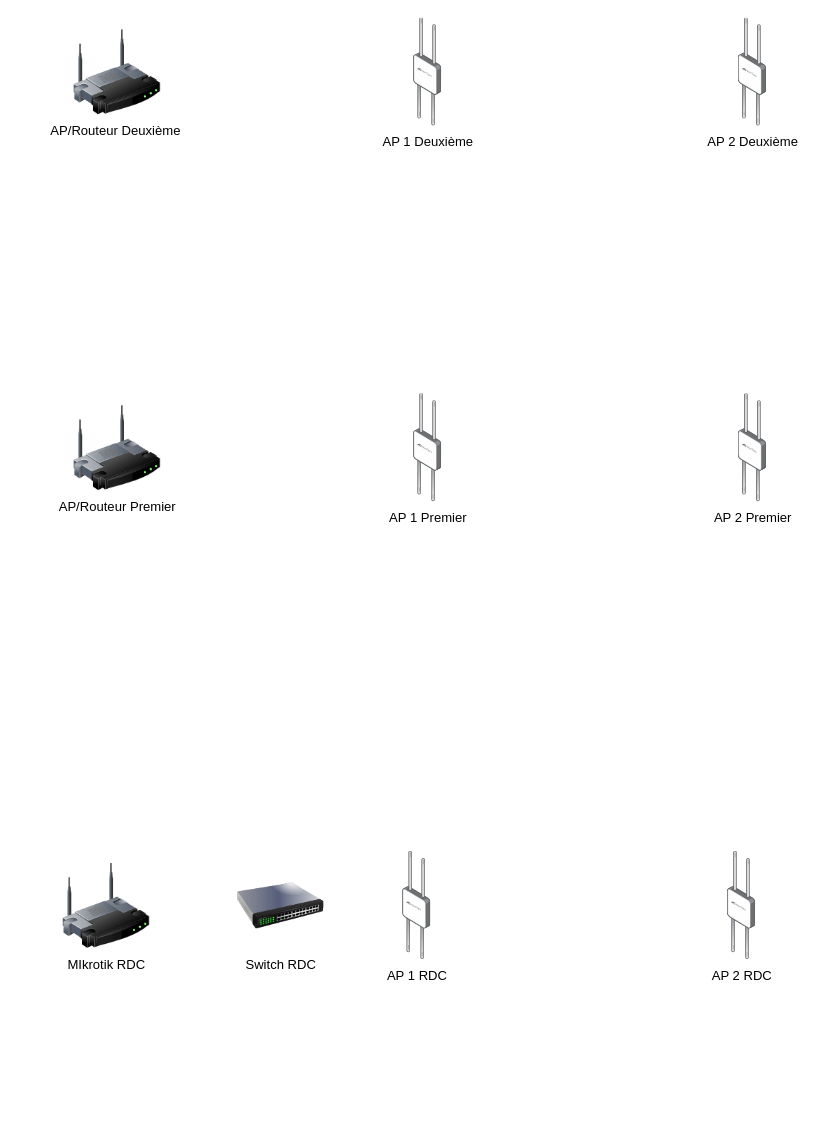
The draw.io diagram Kairos.drawio in AzazelSloth/infra, before the edit. Source tidied: cells renumbered, new cells numbered last; positions are measured from the earlier drawing's top-left corner, leaving out a move shared by most shapes. Both pictures are drawn from the tidied source at 109%, with x=0, y=0 at pixel (62, 17).
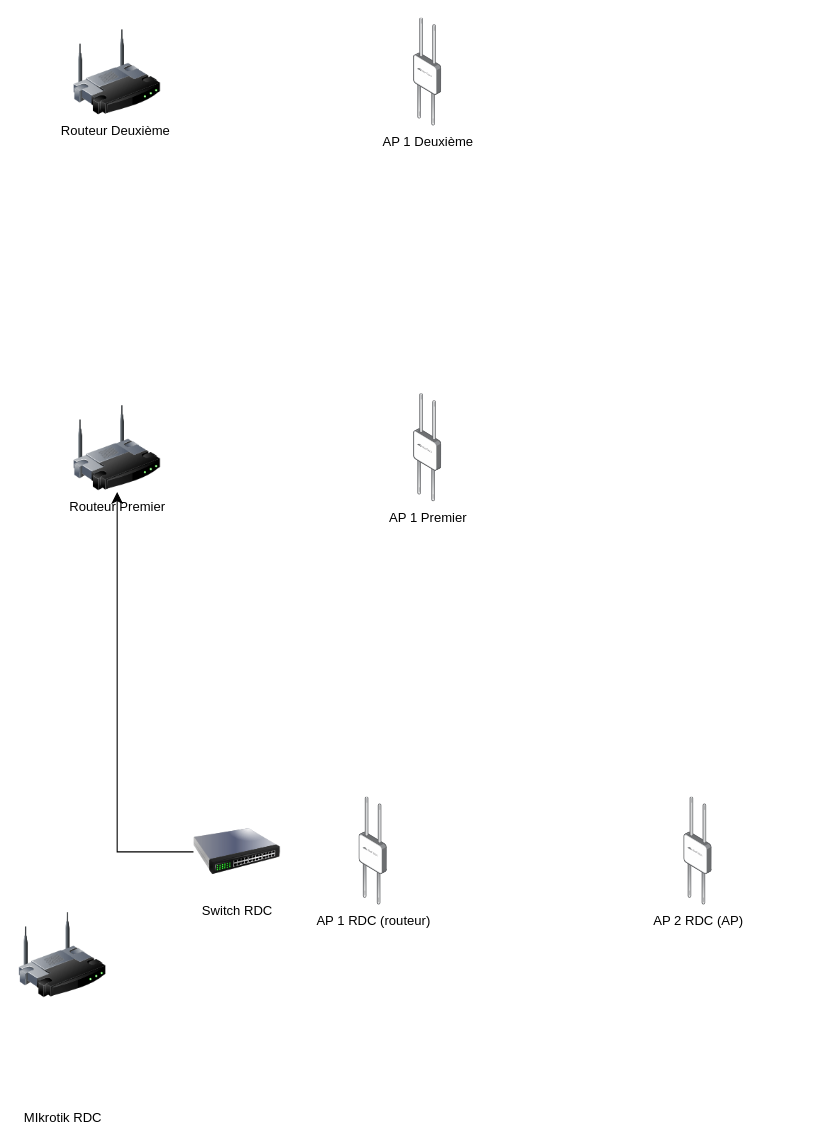
The same page after the edit.

What changed in the source:
```diff
@@
 <mxGraphModel>
   <root>
     <mxCell id="0" />
     <mxCell id="1" parent="0" />
     <mxCell id="2" style="group;" parent="1" vertex="1">
       <mxGeometry x="10" y="345" width="635.8" height="99.6" as="geometry" />
     </mxCell>
-    <mxCell id="3" value="AP/Routeur Premier" style="image;html=1;image=img/lib/clip_art/networking/Wireless_Router_128x128.png;" parent="2" vertex="1">
+    <mxCell id="3" value="Routeur Premier" style="image;html=1;image=img/lib/clip_art/networking/Wireless_Router_128x128.png;" parent="2" vertex="1">
       <mxGeometry y="9.8" width="80" height="80" as="geometry" />
     </mxCell>
     <mxCell id="4" value="AP 1 Premier" style="image;html=1;align=center;shadow=0;dashed=0;image=img/lib/allied_telesis/wireless/Access_Point_Outdoor.svg;" parent="2" vertex="1">
       <mxGeometry x="312" width="25.8" height="99.6" as="geometry" />
     </mxCell>
-    <mxCell id="5" value="AP 2 Premier" style="image;html=1;align=center;shadow=0;dashed=0;image=img/lib/allied_telesis/wireless/Access_Point_Outdoor.svg;" parent="2" vertex="1">
-      <mxGeometry x="610" width="25.8" height="99.6" as="geometry" />
-    </mxCell>
     <mxCell id="6" style="group;" parent="1" vertex="1">
       <mxGeometry x="10" y="0.2" width="635.8" height="99.6" as="geometry" />
     </mxCell>
-    <mxCell id="7" value="AP/Routeur Deuxième&amp;nbsp;" style="image;html=1;image=img/lib/clip_art/networking/Wireless_Router_128x128.png;" parent="6" vertex="1">
+    <mxCell id="7" value="Routeur Deuxième&amp;nbsp;" style="image;html=1;image=img/lib/clip_art/networking/Wireless_Router_128x128.png;" parent="6" vertex="1">
       <mxGeometry y="9.8" width="80" height="80" as="geometry" />
     </mxCell>
     <mxCell id="8" value="AP 1 Deuxième" style="image;html=1;align=center;shadow=0;dashed=0;image=img/lib/allied_telesis/wireless/Access_Point_Outdoor.svg;" parent="6" vertex="1">
       <mxGeometry x="312" width="25.8" height="99.6" as="geometry" />
     </mxCell>
-    <mxCell id="9" value="&lt;span style=&quot;caret-color: rgba(0, 0, 0, 0);&quot;&gt;AP 2 Deuxième&lt;/span&gt;" style="image;html=1;align=center;shadow=0;dashed=0;image=img/lib/allied_telesis/wireless/Access_Point_Outdoor.svg;" parent="6" vertex="1">
-      <mxGeometry x="610" width="25.8" height="99.6" as="geometry" />
-    </mxCell>
     <mxCell id="10" style="group;" parent="1" vertex="1">
-      <mxGeometry y="765" width="635.8" height="99.6" as="geometry" />
+      <mxGeometry x="-40" y="715" width="635.8" height="280" as="geometry" />
     </mxCell>
     <mxCell id="11" value="MIkrotik RDC" style="image;html=1;image=img/lib/clip_art/networking/Wireless_Router_128x128.png;" parent="10" vertex="1">
-      <mxGeometry y="9.8" width="80" height="80" as="geometry" />
+      <mxGeometry y="9.8" width="80" height="270.2" as="geometry" />
     </mxCell>
-    <mxCell id="12" value="AP 1 RDC" style="image;html=1;align=center;shadow=0;dashed=0;image=img/lib/allied_telesis/wireless/Access_Point_Outdoor.svg;" parent="10" vertex="1">
+    <mxCell id="12" value="AP 1 RDC (routeur)" style="image;html=1;align=center;shadow=0;dashed=0;image=img/lib/allied_telesis/wireless/Access_Point_Outdoor.svg;" parent="10" vertex="1">
       <mxGeometry x="312" width="25.8" height="99.6" as="geometry" />
     </mxCell>
-    <mxCell id="13" value="AP 2 RDC" style="image;html=1;align=center;shadow=0;dashed=0;image=img/lib/allied_telesis/wireless/Access_Point_Outdoor.svg;" parent="10" vertex="1">
+    <mxCell id="13" value="AP 2 RDC (AP)" style="image;html=1;align=center;shadow=0;dashed=0;image=img/lib/allied_telesis/wireless/Access_Point_Outdoor.svg;" parent="10" vertex="1">
       <mxGeometry x="610" width="25.8" height="99.6" as="geometry" />
     </mxCell>
     <mxCell id="14" value="Switch RDC" style="image;html=1;image=img/lib/clip_art/networking/Switch_128x128.png;" parent="10" vertex="1">
       <mxGeometry x="160" y="10" width="80" height="80" as="geometry" />
     </mxCell>
+    <mxCell id="15" style="edgeStyle=none;jettySize=auto;html=1;rounded=0;fontSize=12;startSize=8;endSize=8;curved=0;entryX=0.5;entryY=1;entryDx=0;entryDy=0;" parent="1" edge="1" source="14" target="3">
+      <mxGeometry relative="1" as="geometry">
+        <Array as="points">
+          <mxPoint x="50" y="765" />
+        </Array>
+      </mxGeometry>
+    </mxCell>
   </root>
 </mxGraphModel>
```
